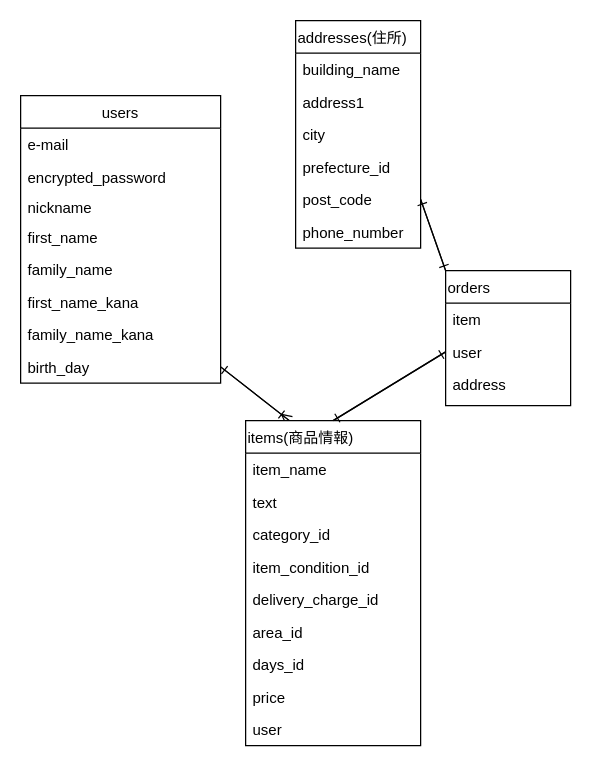
The draw.io diagram furuma.dio in oraiber/furima-37233, before the edit. Source tidied: cells renumbered, new cells numbered last; positions are measured from the earlier drawing's top-left corner, leaving out a move shared by most shapes. Both pictures are drawn from the tidied source at 125%, with x=0, y=0 at pixel (20, 20).
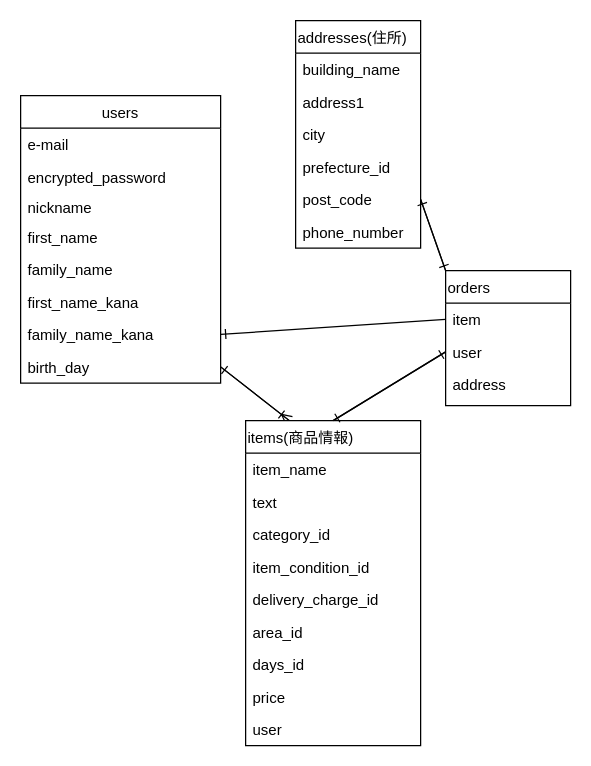
After the change.

The change refers to these unchanged cells:
```xml
<mxCell id="9" value="family_name_kana" style="text;strokeColor=none;fillColor=none;align=left;verticalAlign=top;spacingLeft=4;spacingRight=4;overflow=hidden;points=[[0,0.5],[1,0.5]];portConstraint=eastwest;" parent="2" vertex="1">
  <mxGeometry y="178" width="160" height="26" as="geometry" />
</mxCell>
<mxCell id="32" value="item" style="text;strokeColor=none;fillColor=none;align=left;verticalAlign=top;spacingLeft=4;spacingRight=4;overflow=hidden;points=[[0,0.5],[1,0.5]];portConstraint=eastwest;" parent="31" vertex="1">
  <mxGeometry y="26" width="100" height="26" as="geometry" />
</mxCell>
```

The edit, as a diff of the source:
```diff
@@
+    <mxCell id="38" style="edgeStyle=none;html=1;exitX=0;exitY=0.5;exitDx=0;exitDy=0;entryX=1;entryY=0.5;entryDx=0;entryDy=0;endArrow=ERone;endFill=0;" parent="1" edge="1" source="32" target="9">
+      <mxGeometry relative="1" as="geometry" />
+    </mxCell>
```
